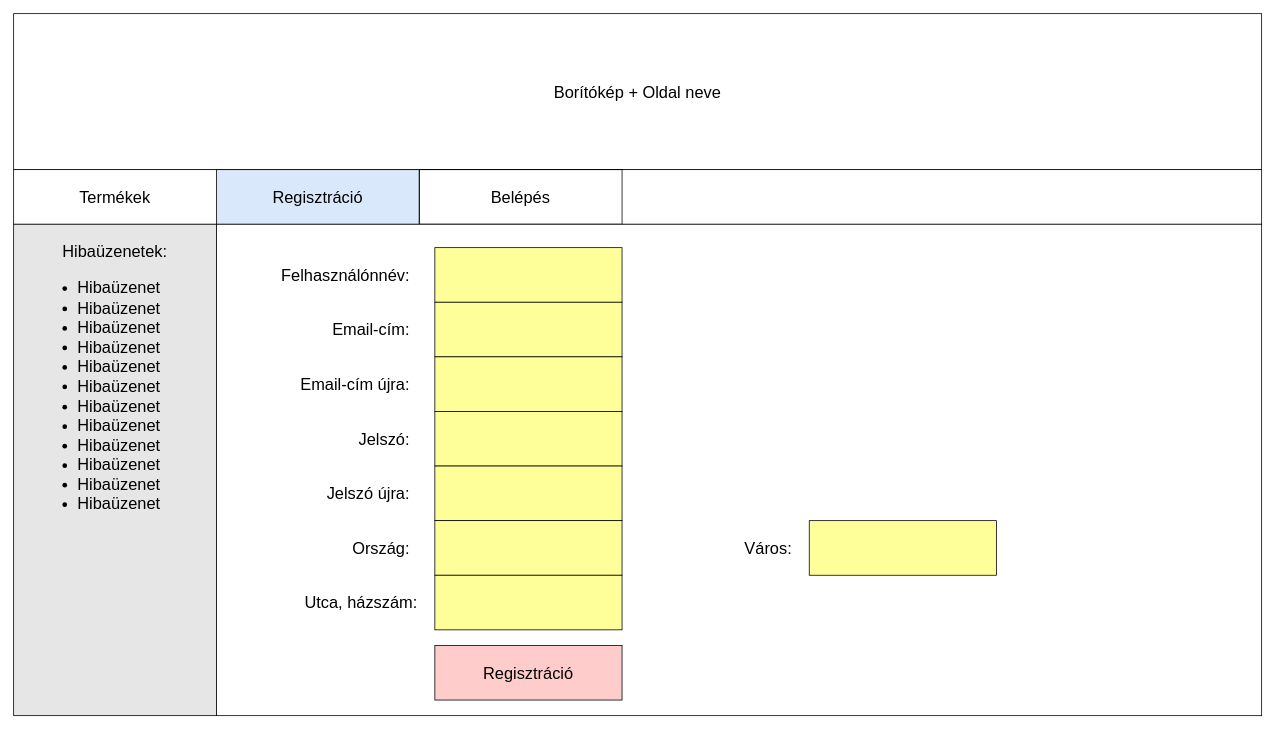
This is page "Regisztracio" (2 of 7) of Kepernyoterv.drawio from hirschabel/Web-tervezes-projekt, a draw.io file, before an edit. Source tidied: cells renumbered, new cells numbered last; positions are measured from the earlier drawing's top-left corner, leaving out a move shared by most shapes. Both pictures are drawn from the tidied source at 78%, with x=0, y=0 at pixel (13, 13).
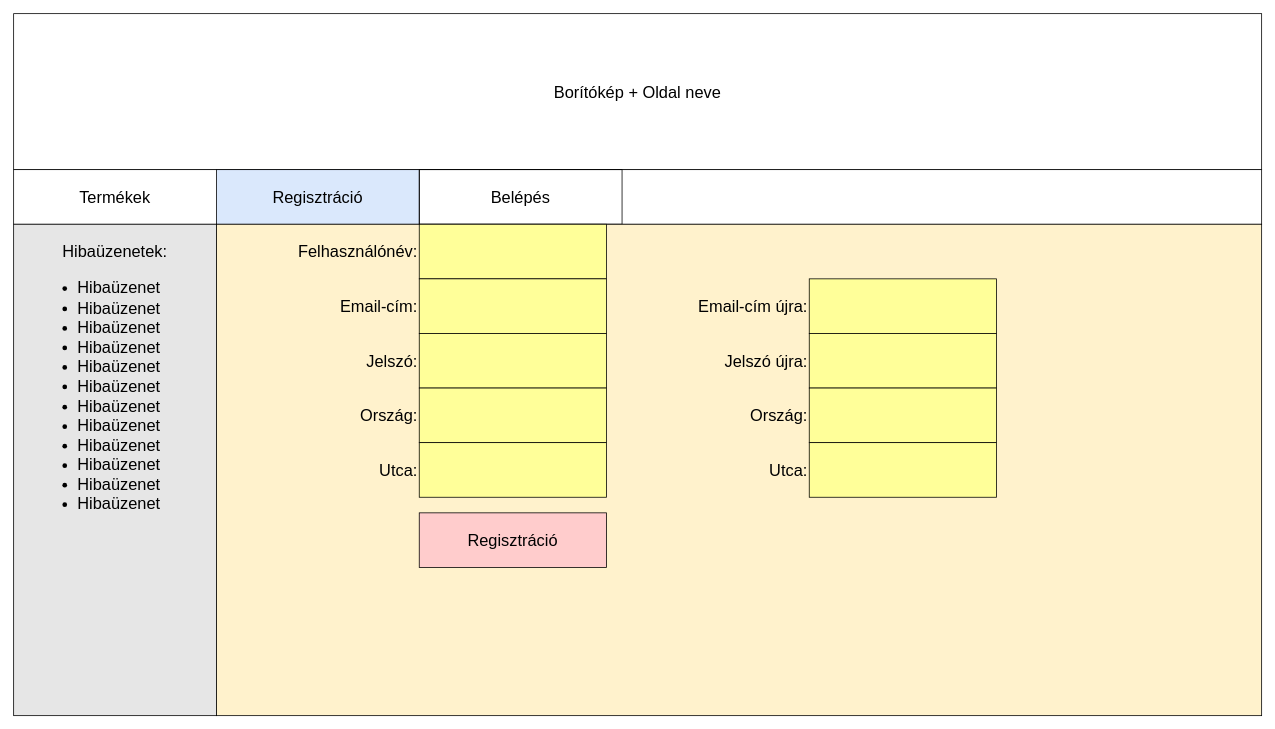
After the change.

Change to the diagram source:
```diff
@@
-    <mxCell id="2" value="Borítókép + Oldal neve" style="text;html=1;strokeColor=default;fillColor=none;align=center;verticalAlign=middle;whiteSpace=wrap;rounded=0;fontSize=21;" parent="1" vertex="1">
+    <mxCell id="2" value="Borítókép + Oldal neve" style="text;html=1;strokeColor=default;fillColor=default;align=center;verticalAlign=middle;whiteSpace=wrap;rounded=0;fontSize=21;" parent="1" vertex="1">
       <mxGeometry width="1600" height="200" as="geometry" />
     </mxCell>
@@
-    <mxCell id="8" style="rounded=0;whiteSpace=wrap;html=1;strokeColor=default;" parent="1" vertex="1">
+    <mxCell id="8" style="rounded=0;whiteSpace=wrap;html=1;strokeColor=default;fillColor=#fff2cc;" parent="1" vertex="1">
       <mxGeometry x="260" y="270" width="1340" height="630" as="geometry" />
     </mxCell>
-    <mxCell id="9" value="&lt;font style=&quot;font-size: 21px&quot;&gt;Felhasználónnév:&lt;/font&gt;" style="text;html=1;strokeColor=none;fillColor=none;align=right;verticalAlign=middle;whiteSpace=wrap;rounded=0;fontSize=21;" parent="1" vertex="1">
-      <mxGeometry x="290" y="300" width="220" height="70" as="geometry" />
+    <mxCell id="9" value="&lt;font style=&quot;font-size: 21px&quot;&gt;Felhasználónév:&lt;/font&gt;" style="text;html=1;strokeColor=none;fillColor=none;align=right;verticalAlign=middle;whiteSpace=wrap;rounded=0;fontSize=21;" parent="1" vertex="1">
+      <mxGeometry x="260" y="270" width="260" height="70" as="geometry" />
     </mxCell>
     <mxCell id="10" value="&lt;font style=&quot;font-size: 21px&quot;&gt;Email-cím:&lt;br&gt;&lt;/font&gt;" style="text;html=1;strokeColor=none;fillColor=none;align=right;verticalAlign=middle;whiteSpace=wrap;rounded=0;fontSize=21;" parent="1" vertex="1">
-      <mxGeometry x="290" y="370" width="220" height="70" as="geometry" />
+      <mxGeometry x="260" y="340" width="260" height="70" as="geometry" />
     </mxCell>
     <mxCell id="11" value="&lt;font style=&quot;font-size: 21px&quot;&gt;Email-cím újra:&lt;/font&gt;" style="text;html=1;strokeColor=none;fillColor=none;align=right;verticalAlign=middle;whiteSpace=wrap;rounded=0;fontSize=21;" parent="1" vertex="1">
-      <mxGeometry x="290" y="440" width="220" height="70" as="geometry" />
+      <mxGeometry x="760" y="340" width="260" height="70" as="geometry" />
     </mxCell>
     <mxCell id="12" value="&lt;font style=&quot;font-size: 21px&quot;&gt;Jelszó:&lt;/font&gt;" style="text;html=1;strokeColor=none;fillColor=none;align=right;verticalAlign=middle;whiteSpace=wrap;rounded=0;fontSize=21;" parent="1" vertex="1">
-      <mxGeometry x="290" y="510" width="220" height="70" as="geometry" />
+      <mxGeometry x="260" y="410" width="260" height="70" as="geometry" />
     </mxCell>
     <mxCell id="13" value="&lt;font style=&quot;font-size: 21px&quot;&gt;Jelszó újra:&lt;br&gt;&lt;/font&gt;" style="text;html=1;strokeColor=none;fillColor=none;align=right;verticalAlign=middle;whiteSpace=wrap;rounded=0;fontSize=21;" parent="1" vertex="1">
-      <mxGeometry x="290" y="580" width="220" height="70" as="geometry" />
+      <mxGeometry x="760" y="410" width="260" height="70" as="geometry" />
     </mxCell>
     <mxCell id="14" value="&lt;font style=&quot;font-size: 21px&quot;&gt;Ország:&lt;br&gt;&lt;/font&gt;" style="text;html=1;strokeColor=none;fillColor=none;align=right;verticalAlign=middle;whiteSpace=wrap;rounded=0;fontSize=21;" parent="1" vertex="1">
-      <mxGeometry x="290" y="650" width="220" height="70" as="geometry" />
+      <mxGeometry x="260" y="480" width="260" height="70" as="geometry" />
     </mxCell>
     <mxCell id="15" style="rounded=0;whiteSpace=wrap;html=1;fontSize=21;strokeColor=default;fillColor=#FFFF99;" parent="1" vertex="1">
-      <mxGeometry x="540" y="300" width="240" height="70" as="geometry" />
+      <mxGeometry x="520" y="270" width="240" height="70" as="geometry" />
     </mxCell>
     <mxCell id="16" style="rounded=0;whiteSpace=wrap;html=1;fontSize=21;strokeColor=default;fillColor=#FFFF99;" parent="1" vertex="1">
-      <mxGeometry x="540" y="370" width="240" height="70" as="geometry" />
+      <mxGeometry x="520" y="340" width="240" height="70" as="geometry" />
     </mxCell>
     <mxCell id="17" style="rounded=0;whiteSpace=wrap;html=1;fontSize=21;strokeColor=default;fillColor=#FFFF99;" parent="1" vertex="1">
-      <mxGeometry x="540" y="440" width="240" height="70" as="geometry" />
+      <mxGeometry x="1020" y="340" width="240" height="70" as="geometry" />
     </mxCell>
     <mxCell id="18" style="rounded=0;whiteSpace=wrap;html=1;fontSize=21;strokeColor=default;fillColor=#FFFF99;" parent="1" vertex="1">
-      <mxGeometry x="540" y="510" width="240" height="70" as="geometry" />
+      <mxGeometry x="520" y="410" width="240" height="70" as="geometry" />
     </mxCell>
     <mxCell id="19" style="rounded=0;whiteSpace=wrap;html=1;fontSize=21;strokeColor=default;fillColor=#FFFF99;" parent="1" vertex="1">
-      <mxGeometry x="540" y="580" width="240" height="70" as="geometry" />
+      <mxGeometry x="1020" y="410" width="240" height="70" as="geometry" />
     </mxCell>
     <mxCell id="20" style="rounded=0;whiteSpace=wrap;html=1;fontSize=21;strokeColor=default;fillColor=#FFFF99;" parent="1" vertex="1">
-      <mxGeometry x="540" y="650" width="240" height="70" as="geometry" />
+      <mxGeometry x="520" y="480" width="240" height="70" as="geometry" />
     </mxCell>
-    <mxCell id="21" value="&lt;font style=&quot;font-size: 21px&quot;&gt;Város:&lt;br&gt;&lt;/font&gt;" style="text;html=1;strokeColor=none;fillColor=none;align=right;verticalAlign=middle;whiteSpace=wrap;rounded=0;fontSize=21;" parent="1" vertex="1">
-      <mxGeometry x="780" y="650" width="220" height="70" as="geometry" />
-    </mxCell>
     <mxCell id="22" style="rounded=0;whiteSpace=wrap;html=1;fontSize=21;strokeColor=default;fillColor=#FFFF99;" parent="1" vertex="1">
-      <mxGeometry x="1020" y="650" width="240" height="70" as="geometry" />
+      <mxGeometry x="1020" y="480" width="240" height="70" as="geometry" />
     </mxCell>
     <mxCell id="23" style="rounded=0;whiteSpace=wrap;html=1;fontSize=21;strokeColor=default;fillColor=#FFFF99;" parent="1" vertex="1">
-      <mxGeometry x="540" y="720" width="240" height="70" as="geometry" />
+      <mxGeometry x="520" y="550" width="240" height="70" as="geometry" />
     </mxCell>
-    <mxCell id="24" value="&lt;font style=&quot;font-size: 21px&quot;&gt;Utca, házszám:&lt;br&gt;&lt;/font&gt;" style="text;html=1;strokeColor=none;fillColor=none;align=right;verticalAlign=middle;whiteSpace=wrap;rounded=0;fontSize=21;" parent="1" vertex="1">
-      <mxGeometry x="300" y="720" width="220" height="70" as="geometry" />
+    <mxCell id="24" value="&lt;font style=&quot;font-size: 21px&quot;&gt;Utca:&lt;br&gt;&lt;/font&gt;" style="text;html=1;strokeColor=none;fillColor=none;align=right;verticalAlign=middle;whiteSpace=wrap;rounded=0;fontSize=21;" parent="1" vertex="1">
+      <mxGeometry x="260" y="550" width="260" height="70" as="geometry" />
     </mxCell>
     <mxCell id="25" value="Regisztráció" style="text;html=1;strokeColor=default;fillColor=#FFCCCC;align=center;verticalAlign=middle;whiteSpace=wrap;rounded=0;fontSize=21;" parent="1" vertex="1">
-      <mxGeometry x="540" y="810" width="240" height="70" as="geometry" />
+      <mxGeometry x="520" y="640" width="240" height="70" as="geometry" />
     </mxCell>
@@
+    <mxCell id="28" value="&lt;font style=&quot;font-size: 21px&quot;&gt;Ország:&lt;br&gt;&lt;/font&gt;" style="text;html=1;strokeColor=none;fillColor=none;align=right;verticalAlign=middle;whiteSpace=wrap;rounded=0;fontSize=21;" parent="1" vertex="1">
+      <mxGeometry x="760" y="480" width="260" height="70" as="geometry" />
+    </mxCell>
+    <mxCell id="29" value="&lt;font style=&quot;font-size: 21px&quot;&gt;Utca:&lt;br&gt;&lt;/font&gt;" style="text;html=1;strokeColor=none;fillColor=none;align=right;verticalAlign=middle;whiteSpace=wrap;rounded=0;fontSize=21;" parent="1" vertex="1">
+      <mxGeometry x="760" y="550" width="260" height="70" as="geometry" />
+    </mxCell>
+    <mxCell id="30" style="rounded=0;whiteSpace=wrap;html=1;fontSize=21;strokeColor=default;fillColor=#FFFF99;" parent="1" vertex="1">
+      <mxGeometry x="1020" y="550" width="240" height="70" as="geometry" />
+    </mxCell>
```
